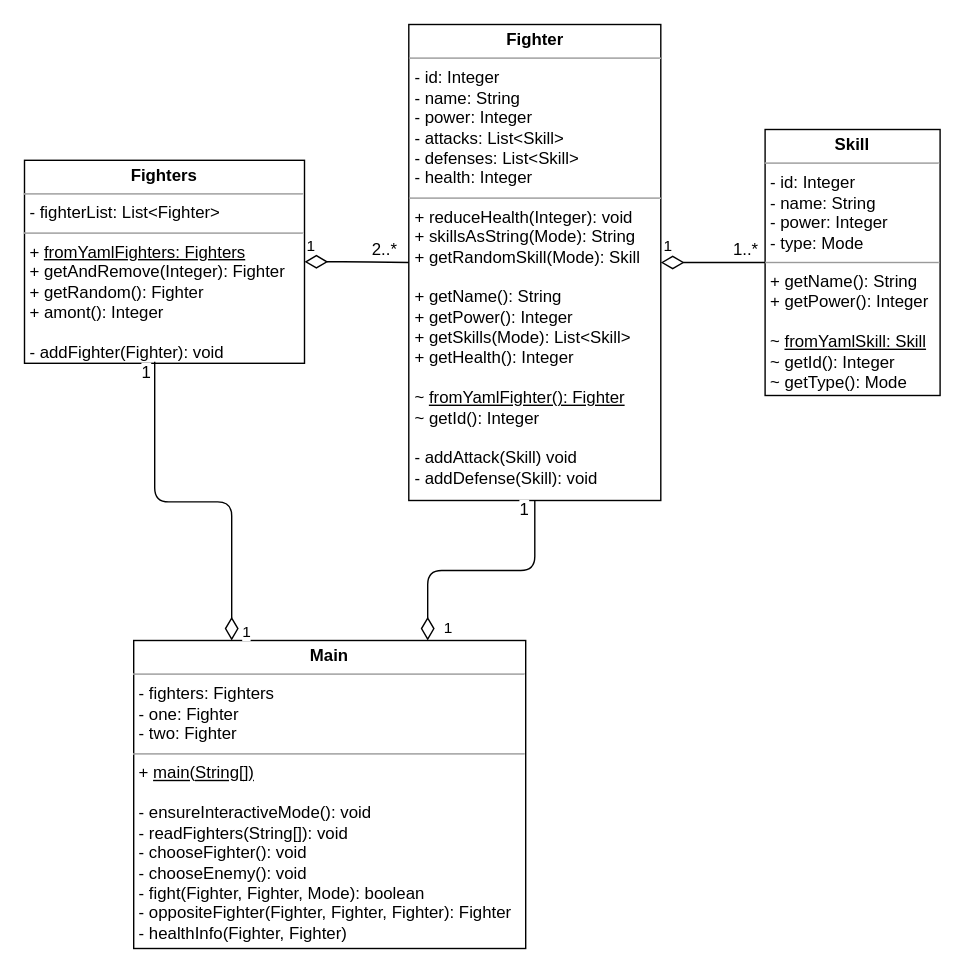
yannickkirschen/console-arena keeps this draw.io diagram as docs/img/UML.drawio. Above is the earlier version. Source tidied: cells renumbered, new cells numbered last; positions are measured from the earlier drawing's top-left corner, leaving out a move shared by most shapes. Both pictures are drawn from the tidied source at 140%, with x=0, y=0 at pixel (24, 24).
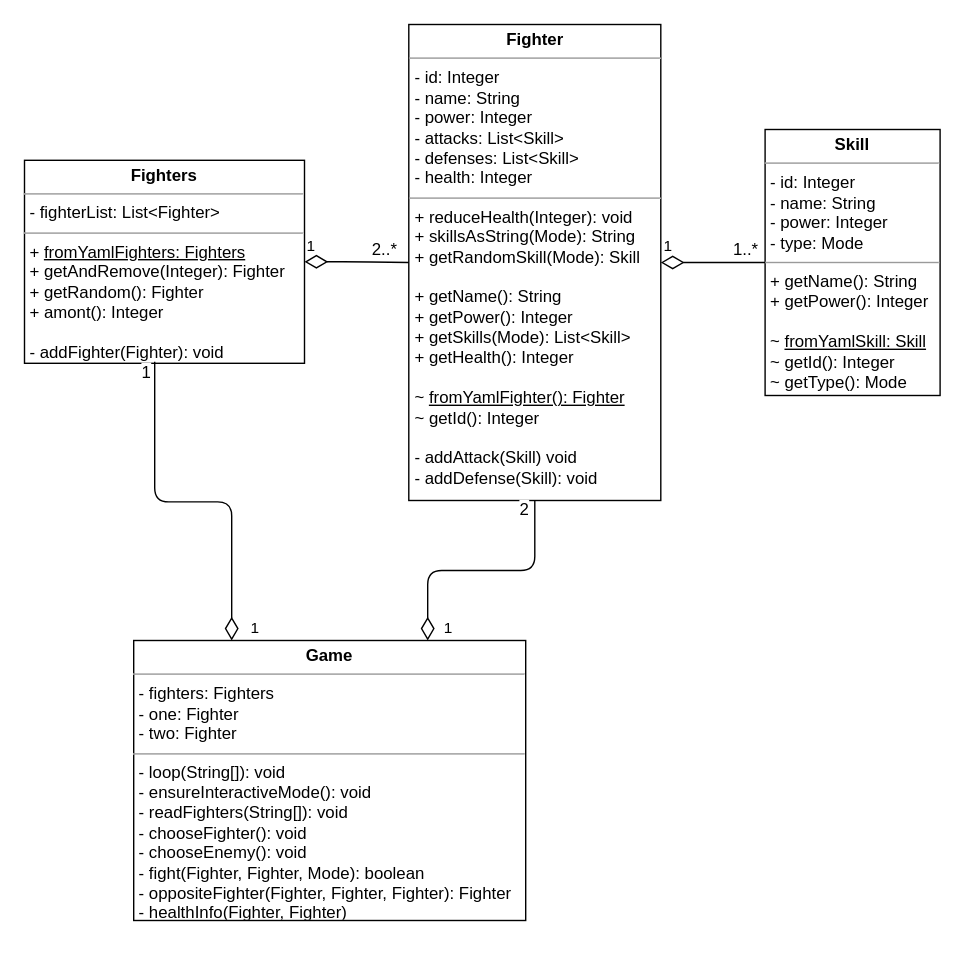
The same diagram, later.

The edit, as a diff of the source:
```diff
@@
 <mxGraphModel>
   <root>
     <mxCell id="0" />
     <mxCell id="1" parent="0" />
     <mxCell id="2" value="&lt;p style=&quot;margin: 0px ; margin-top: 4px ; text-align: center&quot;&gt;&lt;b&gt;Fighter&lt;/b&gt;&lt;/p&gt;&lt;hr size=&quot;1&quot;&gt;&lt;p style=&quot;margin: 0px ; margin-left: 4px&quot;&gt;- id: Integer&lt;/p&gt;&lt;p style=&quot;margin: 0px ; margin-left: 4px&quot;&gt;- name: String&lt;/p&gt;&lt;p style=&quot;margin: 0px ; margin-left: 4px&quot;&gt;- power: Integer&lt;/p&gt;&lt;p style=&quot;margin: 0px ; margin-left: 4px&quot;&gt;- attacks: List&amp;lt;Skill&amp;gt;&lt;/p&gt;&lt;p style=&quot;margin: 0px ; margin-left: 4px&quot;&gt;- defenses: List&amp;lt;Skill&amp;gt;&lt;/p&gt;&lt;p style=&quot;margin: 0px ; margin-left: 4px&quot;&gt;- health: Integer&lt;br&gt;&lt;/p&gt;&lt;hr size=&quot;1&quot;&gt;&lt;p style=&quot;margin: 0px ; margin-left: 4px&quot;&gt;&lt;span&gt;+ reduceHealth(Integer): void&lt;/span&gt;&lt;br&gt;&lt;/p&gt;&lt;p style=&quot;margin: 0px ; margin-left: 4px&quot;&gt;+ skillsAsString(Mode): String&lt;/p&gt;&lt;p style=&quot;margin: 0px ; margin-left: 4px&quot;&gt;+ getRandomSkill(Mode): Skill&lt;/p&gt;&lt;p style=&quot;margin: 0px ; margin-left: 4px&quot;&gt;&lt;br&gt;&lt;/p&gt;&lt;p style=&quot;margin: 0px ; margin-left: 4px&quot;&gt;+ getName(): String&lt;/p&gt;&lt;p style=&quot;margin: 0px ; margin-left: 4px&quot;&gt;+ getPower(): Integer&lt;/p&gt;&lt;p style=&quot;margin: 0px ; margin-left: 4px&quot;&gt;+ getSkills(Mode): List&amp;lt;Skill&amp;gt;&lt;/p&gt;&lt;p style=&quot;margin: 0px ; margin-left: 4px&quot;&gt;+ getHealth(): Integer&lt;/p&gt;&lt;p style=&quot;margin: 0px ; margin-left: 4px&quot;&gt;&lt;br&gt;&lt;/p&gt;&lt;p style=&quot;margin: 0px ; margin-left: 4px&quot;&gt;~&amp;nbsp;&lt;u&gt;fromYamlFighter(): Fighter&lt;/u&gt;&lt;br&gt;&lt;/p&gt;&lt;p style=&quot;margin: 0px ; margin-left: 4px&quot;&gt;~ getId(): Integer&lt;u&gt;&lt;br&gt;&lt;/u&gt;&lt;/p&gt;&lt;p style=&quot;margin: 0px ; margin-left: 4px&quot;&gt;&lt;br&gt;&lt;/p&gt;&lt;p style=&quot;margin: 0px ; margin-left: 4px&quot;&gt;- addAttack(Skill) void&lt;/p&gt;&lt;p style=&quot;margin: 0px ; margin-left: 4px&quot;&gt;- addDefense(Skill): void&lt;/p&gt;" style="verticalAlign=top;align=left;overflow=fill;fontSize=12;fontFamily=Helvetica;html=1;" parent="1" vertex="1">
       <mxGeometry x="274.5" width="180" height="340" as="geometry" />
     </mxCell>
     <mxCell id="3" value="&lt;p style=&quot;margin: 0px ; margin-top: 4px ; text-align: center&quot;&gt;&lt;b&gt;Fighters&lt;/b&gt;&lt;/p&gt;&lt;hr size=&quot;1&quot;&gt;&lt;p style=&quot;margin: 0px ; margin-left: 4px&quot;&gt;- fighterList: List&amp;lt;Fighter&amp;gt;&lt;br&gt;&lt;/p&gt;&lt;hr size=&quot;1&quot;&gt;&lt;p style=&quot;margin: 0px ; margin-left: 4px&quot;&gt;+&amp;nbsp;&lt;u&gt;fromYamlFighters: Fighters&lt;/u&gt;&lt;br style=&quot;padding: 0px ; margin: 0px&quot;&gt;+ getAndRemove(Integer): Fighter&lt;br style=&quot;padding: 0px ; margin: 0px&quot;&gt;+ getRandom(): Fighter&lt;/p&gt;&lt;p style=&quot;margin: 0px ; margin-left: 4px&quot;&gt;+ amont(): Integer&lt;br style=&quot;padding: 0px ; margin: 0px&quot;&gt;&lt;br style=&quot;padding: 0px ; margin: 0px&quot;&gt;- addFighter(Fighter): void&lt;br&gt;&lt;/p&gt;" style="verticalAlign=top;align=left;overflow=fill;fontSize=12;fontFamily=Helvetica;html=1;" parent="1" vertex="1">
       <mxGeometry y="97" width="200" height="145" as="geometry" />
     </mxCell>
     <mxCell id="4" value="&lt;p style=&quot;margin: 0px ; margin-top: 4px ; text-align: center&quot;&gt;&lt;b&gt;Skill&lt;/b&gt;&lt;/p&gt;&lt;hr size=&quot;1&quot;&gt;&lt;p style=&quot;margin: 0px 0px 0px 4px&quot;&gt;- id: Integer&lt;/p&gt;&lt;p style=&quot;margin: 0px 0px 0px 4px&quot;&gt;- name: String&lt;/p&gt;&lt;p style=&quot;margin: 0px 0px 0px 4px&quot;&gt;- power: Integer&lt;/p&gt;&lt;p style=&quot;margin: 0px 0px 0px 4px&quot;&gt;- type: Mode&lt;/p&gt;&lt;hr size=&quot;1&quot;&gt;&lt;p style=&quot;margin: 0px ; margin-left: 4px&quot;&gt;+ getName(): String&lt;/p&gt;&lt;p style=&quot;margin: 0px ; margin-left: 4px&quot;&gt;+ getPower(): Integer&lt;br style=&quot;padding: 0px ; margin: 0px&quot;&gt;&lt;br&gt;~&amp;nbsp;&lt;u&gt;fromYamlSkill: Skill&lt;/u&gt;&lt;br style=&quot;padding: 0px ; margin: 0px&quot;&gt;~ getId(): Integer&lt;br&gt;&lt;/p&gt;&lt;p style=&quot;margin: 0px ; margin-left: 4px&quot;&gt;~ getType(): Mode&lt;br&gt;&lt;/p&gt;" style="verticalAlign=top;align=left;overflow=fill;fontSize=12;fontFamily=Helvetica;html=1;" parent="1" vertex="1">
       <mxGeometry x="529" y="75" width="125" height="190" as="geometry" />
     </mxCell>
     <mxCell id="5" value="1" style="endArrow=none;html=1;endSize=12;startArrow=diamondThin;startSize=14;startFill=0;edgeStyle=orthogonalEdgeStyle;align=left;verticalAlign=bottom;strokeColor=#000000;endFill=0;exitX=1;exitY=0.5;exitDx=0;exitDy=0;entryX=0;entryY=0.5;entryDx=0;entryDy=0;" parent="1" edge="1" source="3" target="2">
       <mxGeometry x="-1" y="3" relative="1" as="geometry" />
     </mxCell>
     <mxCell id="6" value="2..*" style="text;html=1;align=center;verticalAlign=middle;labelBackgroundColor=#ffffff;" parent="5" vertex="1">
       <mxGeometry x="0.73" y="4" relative="1" as="geometry">
         <mxPoint x="-8" y="-6" as="offset" />
       </mxGeometry>
     </mxCell>
     <mxCell id="7" value="1" style="endArrow=none;html=1;endSize=12;startArrow=diamondThin;startSize=14;startFill=0;edgeStyle=orthogonalEdgeStyle;align=left;verticalAlign=bottom;strokeColor=#000000;endFill=0;exitX=1;exitY=0.5;exitDx=0;exitDy=0;entryX=0;entryY=0.5;entryDx=0;entryDy=0;" parent="1" edge="1" source="2" target="4">
       <mxGeometry x="-1" y="3" relative="1" as="geometry" />
     </mxCell>
     <mxCell id="8" value="1..*" style="text;html=1;align=center;verticalAlign=middle;labelBackgroundColor=#ffffff;" parent="7" vertex="1">
       <mxGeometry x="0.73" y="4" relative="1" as="geometry">
         <mxPoint x="-4" y="-6" as="offset" />
       </mxGeometry>
     </mxCell>
-    <mxCell id="9" value="&lt;p style=&quot;margin: 0px ; margin-top: 4px ; text-align: center&quot;&gt;&lt;b&gt;Main&lt;/b&gt;&lt;/p&gt;&lt;hr size=&quot;1&quot;&gt;&lt;p style=&quot;margin: 0px 0px 0px 4px&quot;&gt;- fighters: Fighters&lt;/p&gt;&lt;p style=&quot;margin: 0px 0px 0px 4px&quot;&gt;- one: Fighter&lt;/p&gt;&lt;p style=&quot;margin: 0px 0px 0px 4px&quot;&gt;- two: Fighter&lt;/p&gt;&lt;hr size=&quot;1&quot;&gt;&lt;p style=&quot;margin: 0px ; margin-left: 4px&quot;&gt;+ &lt;u&gt;main(String[])&lt;/u&gt;&lt;/p&gt;&lt;p style=&quot;margin: 0px ; margin-left: 4px&quot;&gt;&lt;u&gt;&lt;br&gt;&lt;/u&gt;&lt;/p&gt;&lt;p style=&quot;margin: 0px ; margin-left: 4px&quot;&gt;-&amp;nbsp;ensureInteractiveMode(): void&lt;/p&gt;&lt;p style=&quot;margin: 0px ; margin-left: 4px&quot;&gt;- readFighters(String[]): void&lt;/p&gt;&lt;p style=&quot;margin: 0px ; margin-left: 4px&quot;&gt;- chooseFighter(): void&lt;/p&gt;&lt;p style=&quot;margin: 0px ; margin-left: 4px&quot;&gt;- chooseEnemy(): void&lt;/p&gt;&lt;p style=&quot;margin: 0px ; margin-left: 4px&quot;&gt;- fight(Fighter, Fighter, Mode): boolean&lt;br&gt;&lt;/p&gt;&lt;p style=&quot;margin: 0px ; margin-left: 4px&quot;&gt;- oppositeFighter(Fighter, Fighter, Fighter): Fighter&lt;br&gt;&lt;/p&gt;&lt;p style=&quot;margin: 0px ; margin-left: 4px&quot;&gt;- healthInfo(Fighter, Fighter)&lt;/p&gt;" style="verticalAlign=top;align=left;overflow=fill;fontSize=12;fontFamily=Helvetica;html=1;" parent="1" vertex="1">
-      <mxGeometry x="78" y="440" width="280" height="220" as="geometry" />
+    <mxCell id="9" value="&lt;p style=&quot;margin: 0px ; margin-top: 4px ; text-align: center&quot;&gt;&lt;b&gt;Game&lt;/b&gt;&lt;/p&gt;&lt;hr size=&quot;1&quot;&gt;&lt;p style=&quot;margin: 0px 0px 0px 4px&quot;&gt;- fighters: Fighters&lt;/p&gt;&lt;p style=&quot;margin: 0px 0px 0px 4px&quot;&gt;- one: Fighter&lt;/p&gt;&lt;p style=&quot;margin: 0px 0px 0px 4px&quot;&gt;- two: Fighter&lt;/p&gt;&lt;hr size=&quot;1&quot;&gt;&lt;p style=&quot;margin: 0px ; margin-left: 4px&quot;&gt;&lt;span&gt;- loop(String[]): void&lt;/span&gt;&lt;br&gt;&lt;/p&gt;&lt;p style=&quot;margin: 0px ; margin-left: 4px&quot;&gt;-&amp;nbsp;ensureInteractiveMode(): void&lt;/p&gt;&lt;p style=&quot;margin: 0px ; margin-left: 4px&quot;&gt;- readFighters(String[]): void&lt;/p&gt;&lt;p style=&quot;margin: 0px ; margin-left: 4px&quot;&gt;- chooseFighter(): void&lt;/p&gt;&lt;p style=&quot;margin: 0px ; margin-left: 4px&quot;&gt;- chooseEnemy(): void&lt;/p&gt;&lt;p style=&quot;margin: 0px ; margin-left: 4px&quot;&gt;- fight(Fighter, Fighter, Mode): boolean&lt;br&gt;&lt;/p&gt;&lt;p style=&quot;margin: 0px ; margin-left: 4px&quot;&gt;- oppositeFighter(Fighter, Fighter, Fighter): Fighter&lt;br&gt;&lt;/p&gt;&lt;p style=&quot;margin: 0px ; margin-left: 4px&quot;&gt;- healthInfo(Fighter, Fighter)&lt;/p&gt;" style="verticalAlign=top;align=left;overflow=fill;fontSize=12;fontFamily=Helvetica;html=1;" parent="1" vertex="1">
+      <mxGeometry x="78" y="440" width="280" height="200" as="geometry" />
     </mxCell>
     <mxCell id="10" value="1" style="endArrow=none;html=1;endSize=12;startArrow=diamondThin;startSize=14;startFill=0;edgeStyle=orthogonalEdgeStyle;align=left;verticalAlign=bottom;strokeColor=#000000;endFill=0;exitX=0.25;exitY=0;exitDx=0;exitDy=0;entryX=0.465;entryY=0.992;entryDx=0;entryDy=0;entryPerimeter=0;" parent="1" edge="1" source="9" target="3">
-      <mxGeometry x="-0.19" y="102" relative="1" as="geometry">
-        <mxPoint x="10" as="offset" />
+      <mxGeometry x="-0.22" y="100" relative="1" as="geometry">
+        <mxPoint x="12" y="-1" as="offset" />
       </mxGeometry>
     </mxCell>
     <mxCell id="11" value="1" style="text;html=1;align=center;verticalAlign=middle;labelBackgroundColor=#ffffff;" parent="10" vertex="1">
       <mxGeometry x="0.73" y="4" relative="1" as="geometry">
         <mxPoint x="-3" y="-27" as="offset" />
       </mxGeometry>
     </mxCell>
     <mxCell id="12" value="1" style="endArrow=none;html=1;endSize=12;startArrow=diamondThin;startSize=14;startFill=0;edgeStyle=orthogonalEdgeStyle;align=left;verticalAlign=bottom;strokeColor=#000000;endFill=0;exitX=0.75;exitY=0;exitDx=0;exitDy=0;entryX=0.5;entryY=1;entryDx=0;entryDy=0;" parent="1" edge="1" source="9" target="2">
       <mxGeometry x="-0.32" y="-50" relative="1" as="geometry" />
     </mxCell>
-    <mxCell id="13" value="1" style="text;html=1;align=center;verticalAlign=middle;labelBackgroundColor=#ffffff;" parent="12" vertex="1">
+    <mxCell id="13" value="2" style="text;html=1;align=center;verticalAlign=middle;labelBackgroundColor=#ffffff;" parent="12" vertex="1">
       <mxGeometry x="0.73" y="4" relative="1" as="geometry">
         <mxPoint x="-4" y="-17" as="offset" />
       </mxGeometry>
     </mxCell>
   </root>
 </mxGraphModel>
```
